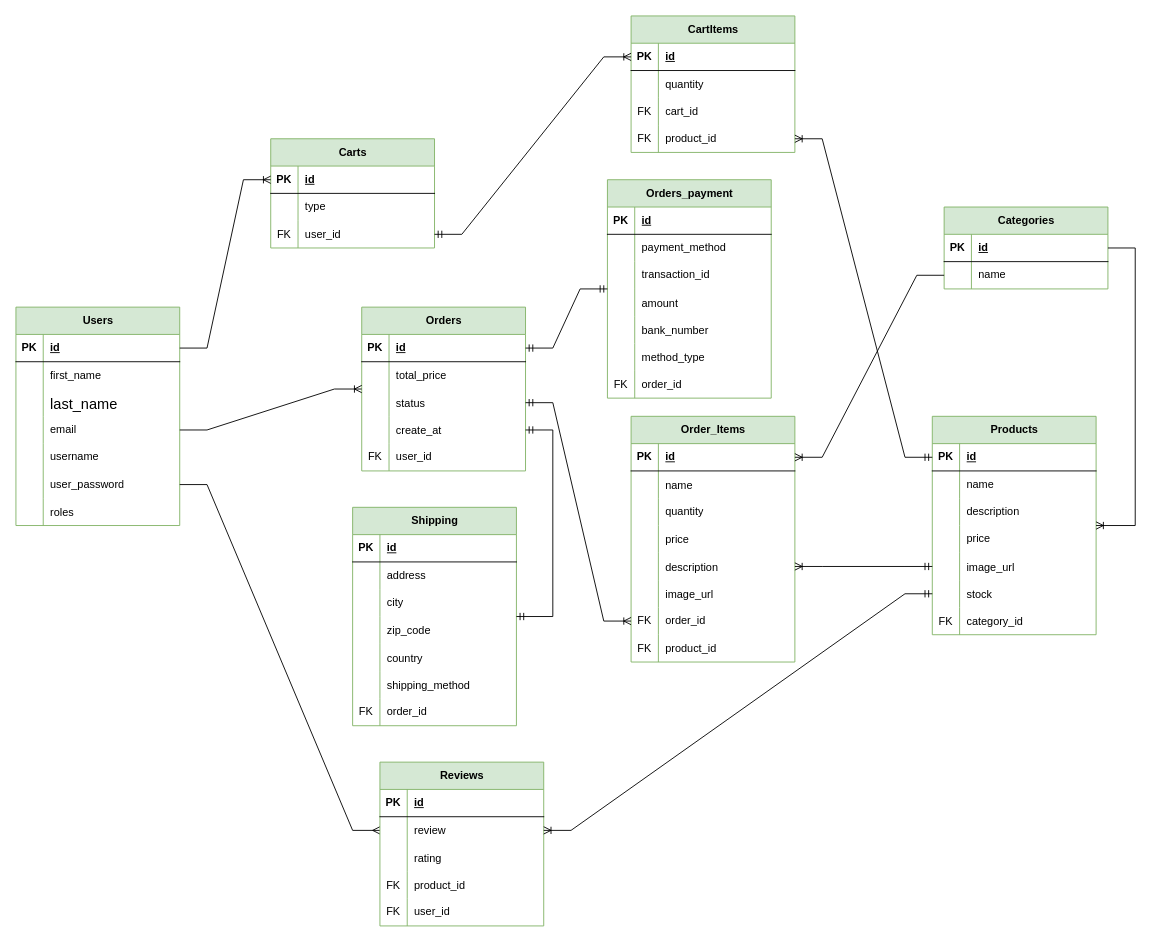
Earlier version of the draw.io diagram ER Diagram.drawio (matobuild/Elegant). Source tidied: cells renumbered, new cells numbered last; positions are measured from the earlier drawing's top-left corner, leaving out a move shared by most shapes. Both pictures are drawn from the tidied source at 91%, with x=0, y=0 at pixel (15, 15).
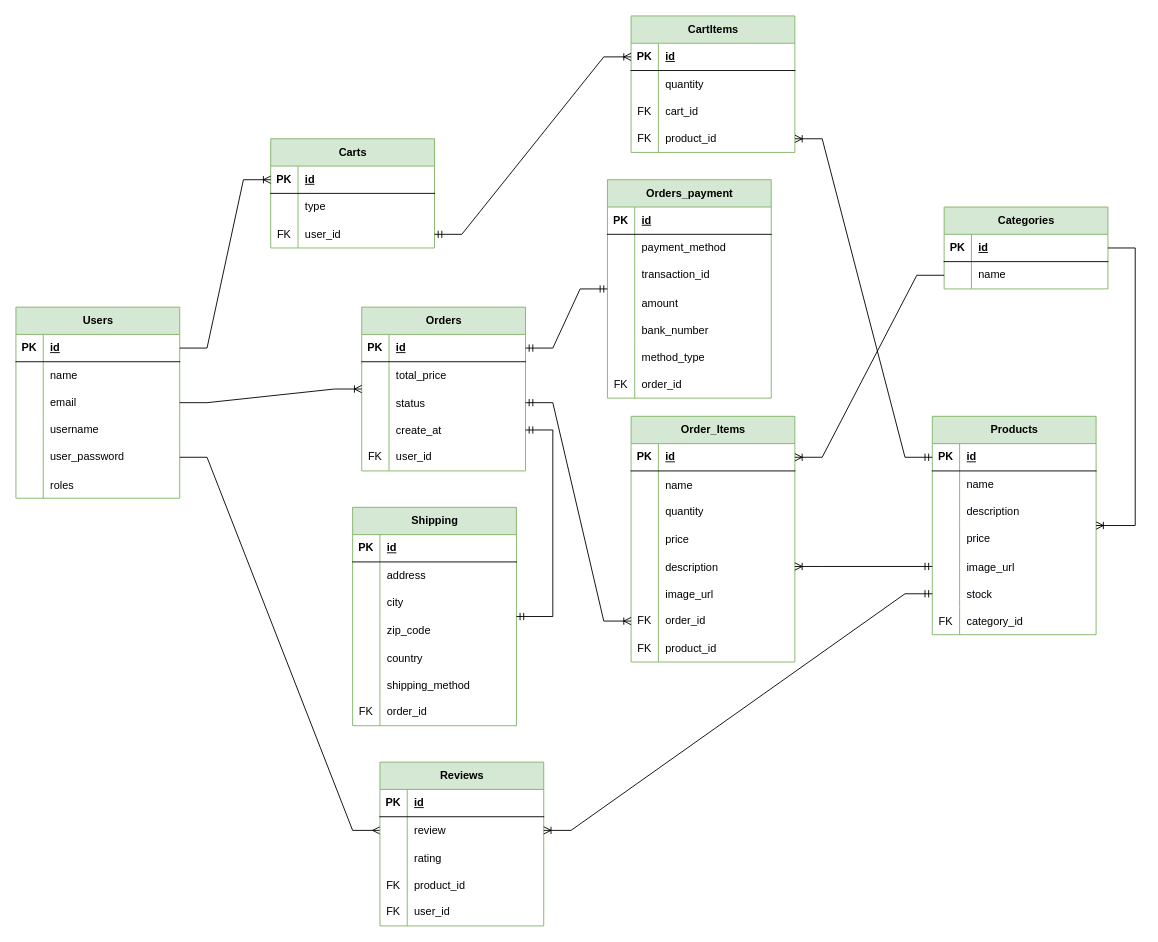
The same page after the edit.

Unchanged cells that the change refers to:
```xml
<mxCell id="6" style="shape=tableRow;horizontal=0;startSize=0;swimlaneHead=0;swimlaneBody=0;fillColor=none;top=0;left=0;right=0;bottom=0;" parent="2" vertex="1">
  <mxGeometry y="60" width="180" height="30" as="geometry" />
</mxCell>
```

Diff of the diagram source:
```diff
@@
     <mxCell id="2" value="Users" style="shape=table;startSize=30;childLayout=tableLayout;rowLines=0;fontStyle=1;align=center;html=1;fillColor=#d5e8d4;strokeColor=#82b366;" parent="1" vertex="1">
-      <mxGeometry y="320" width="180" height="240" as="geometry" />
+      <mxGeometry y="320" width="180" height="210" as="geometry" />
     </mxCell>
@@
-    <mxCell id="8" value="first_name" style="shape=partialRectangle;fillColor=none;top=0;left=0;bottom=0;right=0;align=left;spacingLeft=6;overflow=hidden;" parent="6" vertex="1">
+    <mxCell id="8" value="name" style="shape=partialRectangle;fillColor=none;top=0;left=0;bottom=0;right=0;align=left;spacingLeft=6;overflow=hidden;" parent="6" vertex="1">
       <mxGeometry x="30" width="150" height="30" as="geometry" />
     </mxCell>
-    <mxCell id="9" style="shape=tableRow;horizontal=0;startSize=0;swimlaneHead=0;swimlaneBody=0;fillColor=none;top=0;left=0;right=0;bottom=0;fontSize=16;" parent="2" vertex="1">
-      <mxGeometry y="90" width="180" height="30" as="geometry" />
-    </mxCell>
-    <mxCell id="10" style="shape=partialRectangle;fillColor=none;top=0;left=0;bottom=0;right=0;overflow=hidden;fontSize=16;" parent="9" vertex="1">
-      <mxGeometry width="30" height="30" as="geometry" />
-    </mxCell>
-    <mxCell id="11" value="last_name" style="shape=partialRectangle;fillColor=none;top=0;left=0;bottom=0;right=0;align=left;spacingLeft=6;overflow=hidden;fontSize=16;" parent="9" vertex="1">
-      <mxGeometry x="30" width="150" height="30" as="geometry" />
-    </mxCell>
     <mxCell id="12" style="shape=tableRow;horizontal=0;startSize=0;swimlaneHead=0;swimlaneBody=0;fillColor=none;points=[[0,0.5],[1,0.5]];portConstraint=eastwest;top=0;left=0;right=0;bottom=0;" parent="2" vertex="1">
-      <mxGeometry y="120" width="180" height="30" as="geometry" />
+      <mxGeometry y="90" width="180" height="30" as="geometry" />
     </mxCell>
@@
     <mxCell id="15" style="shape=tableRow;horizontal=0;startSize=0;swimlaneHead=0;swimlaneBody=0;fillColor=none;top=0;left=0;right=0;bottom=0;" parent="2" vertex="1">
-      <mxGeometry y="150" width="180" height="30" as="geometry" />
+      <mxGeometry y="120" width="180" height="30" as="geometry" />
     </mxCell>
@@
     <mxCell id="18" style="shape=tableRow;horizontal=0;startSize=0;swimlaneHead=0;swimlaneBody=0;fillColor=none;points=[[0,0.5],[1,0.5]];portConstraint=eastwest;top=0;left=0;right=0;bottom=0;" parent="2" vertex="1">
-      <mxGeometry y="180" width="180" height="30" as="geometry" />
+      <mxGeometry y="150" width="180" height="30" as="geometry" />
     </mxCell>
@@
     <mxCell id="21" style="shape=tableRow;horizontal=0;startSize=0;swimlaneHead=0;swimlaneBody=0;fillColor=none;top=0;left=0;right=0;bottom=0;" parent="2" vertex="1">
-      <mxGeometry y="210" width="180" height="30" as="geometry" />
+      <mxGeometry y="180" width="180" height="30" as="geometry" />
     </mxCell>
```
